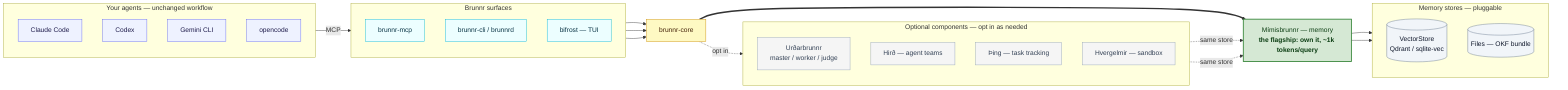
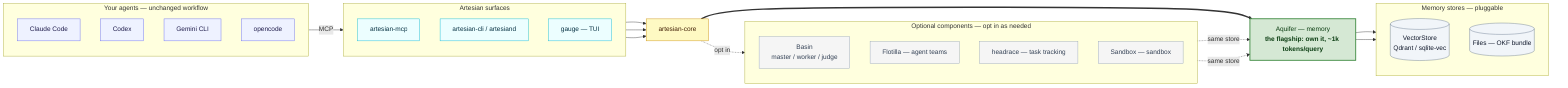
flowchart LR
  subgraph agents["Your agents — unchanged workflow"]
    direction TB
    CC[Claude Code]:::agent
    CX[Codex]:::agent
    GM[Gemini CLI]:::agent
    OC[opencode]:::agent
  end

-   subgraph surfaces["Brunnr surfaces"]
+   subgraph surfaces["Artesian surfaces"]
    direction TB
-     MCP[brunnr-mcp]:::surface
-     CLI["brunnr-cli / brunnrd"]:::surface
-     TUI["bifrost — TUI"]:::surface
+     MCP[artesian-mcp]:::surface
+     CLI["artesian-cli / artesiand"]:::surface
+     TUI["gauge — TUI"]:::surface
  end

-   CORE[brunnr-core]:::core
+   CORE[artesian-core]:::core

-   MEM["Mímisbrunnr — memory<br/><b>the flagship: own it, ~1k tokens/query</b>"]:::flagship
+   MEM["Aquifer — memory<br/><b>the flagship: own it, ~1k tokens/query</b>"]:::flagship

  subgraph stores["Memory stores — pluggable"]
    direction TB
    VS[("VectorStore<br/>Qdrant / sqlite-vec")]:::store
    FB[("Files — OKF bundle")]:::store
  end

  subgraph opt["Optional components — opt in as needed"]
    direction TB
-     ORCH["Urðarbrunnr<br/>master / worker / judge"]:::cap
-     TEAMS["Hirð — agent teams"]:::cap
-     TASKS["Þing — task tracking"]:::cap
-     SBX["Hvergelmir — sandbox"]:::cap
+     ORCH["Basin<br/>master / worker / judge"]:::cap
+     TEAMS["Flotilla — agent teams"]:::cap
+     TASKS["headrace — task tracking"]:::cap
+     SBX["Sandbox — sandbox"]:::cap
  end

  agents -->|MCP| MCP
  MCP --> CORE
  CLI --> CORE
  TUI --> CORE
  CORE ==> MEM
  MEM --> VS
  MEM --> FB
  CORE -.->|opt in| opt
  ORCH -.->|same store| MEM
  TEAMS -.->|same store| MEM

  classDef agent fill:#eef2ff,stroke:#6366f1,color:#1e1b4b;
  classDef surface fill:#ecfeff,stroke:#06b6d4,color:#083344;
  classDef core fill:#fef9c3,stroke:#ca8a04,color:#422006;
  classDef flagship fill:#d5e8d4,stroke:#2f8132,color:#0b3d12,stroke-width:2px;
  classDef cap fill:#f5f5f5,stroke:#94a3b8,color:#334155;
  classDef store fill:#f1f5f9,stroke:#64748b,color:#0f172a;
